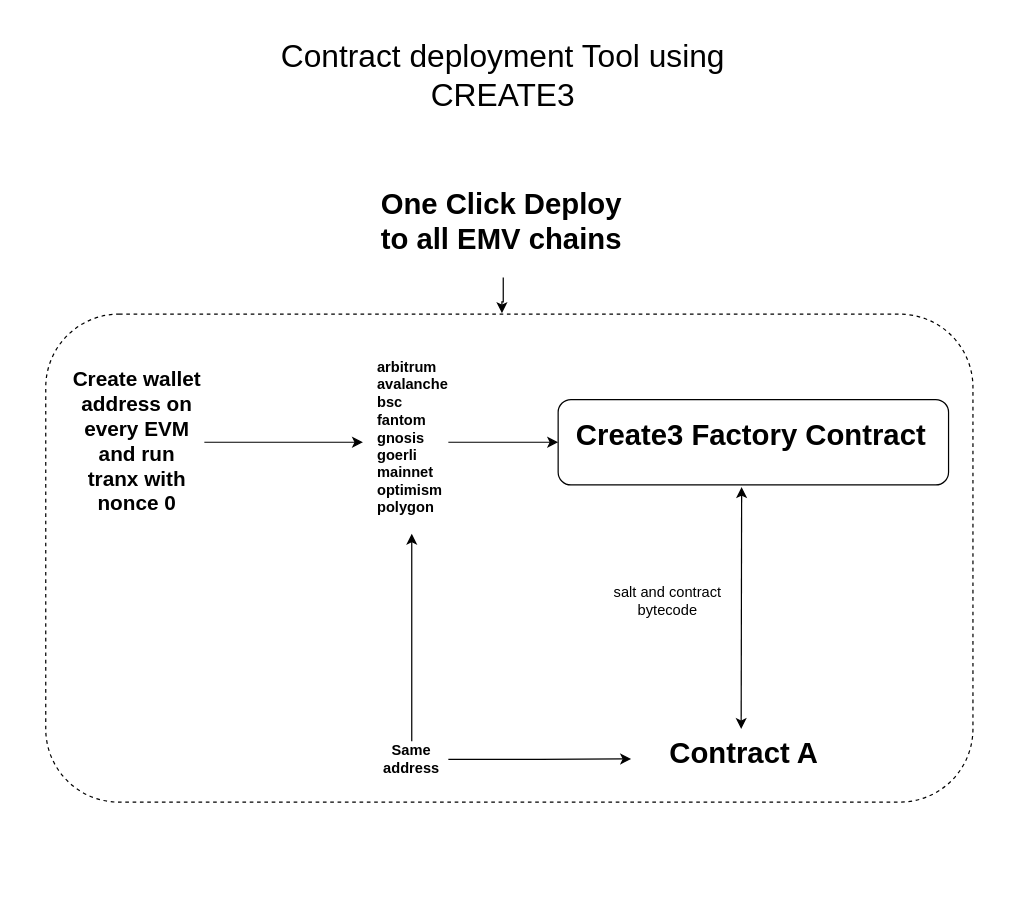
Earlier version of the draw.io diagram diagrams/architecture.drawio (foodnft/chicken_NFT). Source tidied: cells renumbered, new cells numbered last; positions are measured from the earlier drawing's top-left corner, leaving out a move shared by most shapes. Both pictures are drawn from the tidied source at 122%, with x=0, y=0 at pixel (45, 21).
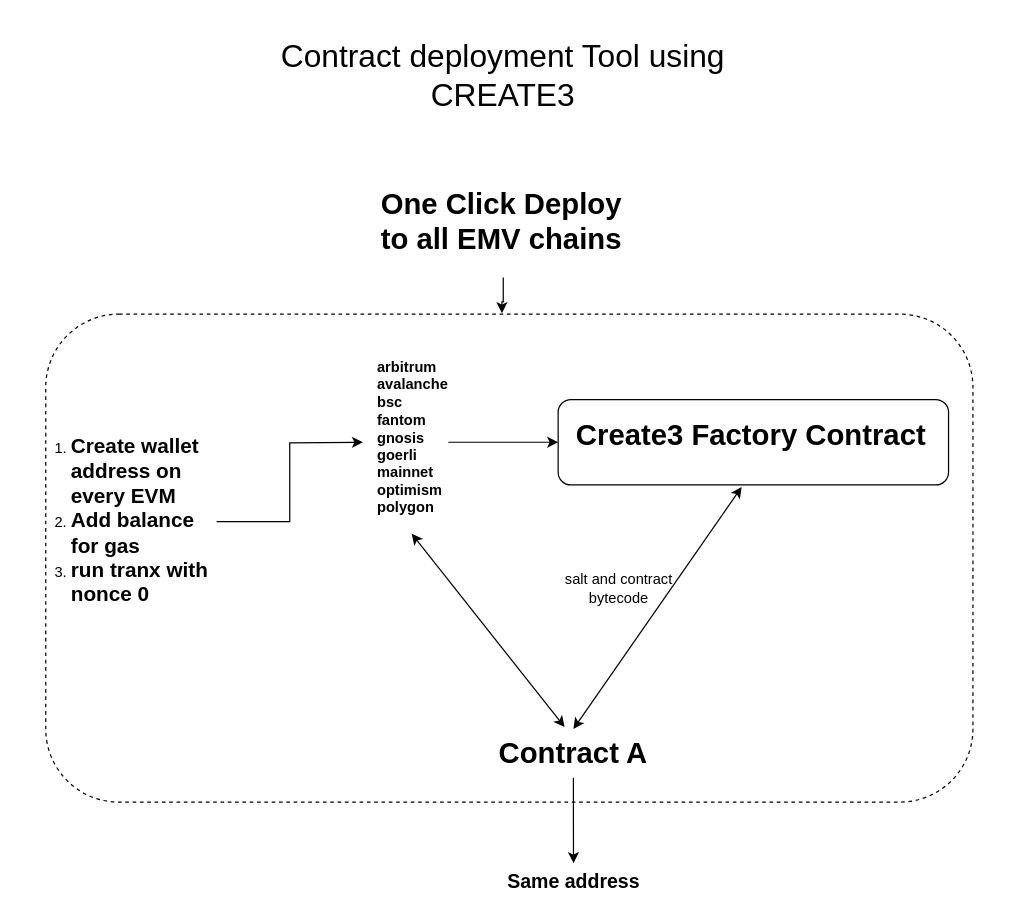
After the change.

The change refers to these unchanged cells:
```xml
<mxCell id="8" value="arbitrum&#10;avalanche&#10;bsc&#10;fantom&#10;gnosis&#10;goerli&#10;mainnet&#10;optimism&#10;polygon" style="text;whiteSpace=wrap;fontStyle=1;" parent="1" vertex="1">
  <mxGeometry x="270" y="270" width="60" height="150" as="geometry" />
</mxCell>
<mxCell id="11" style="rounded=1;whiteSpace=wrap;html=1;fillColor=none;" parent="9" vertex="1">
  <mxGeometry width="320" height="70" as="geometry" />
</mxCell>
```

Change to the diagram source:
```diff
@@
+    <mxCell id="19" style="edgeStyle=orthogonalEdgeStyle;rounded=0;jettySize=auto;html=1;" parent="1" edge="1" source="4" target="15">
+      <mxGeometry relative="1" as="geometry" />
+    </mxCell>
     <mxCell id="4" value="&lt;h1&gt;Contract A&lt;/h1&gt;" style="text;html=1;strokeColor=none;fillColor=none;spacing=5;spacingTop=-20;whiteSpace=wrap;overflow=hidden;rounded=0;align=center;" parent="1" vertex="1">
-      <mxGeometry x="480" y="580" width="185" height="70" as="geometry" />
+      <mxGeometry x="340" y="580" width="185" height="40" as="geometry" />
     </mxCell>
@@
-    <mxCell id="6" value="&lt;b&gt;&lt;font style=&quot;font-size: 17px;&quot;&gt;Create wallet address on every EVM and run tranx with nonce 0&lt;/font&gt;&lt;/b&gt;" style="text;html=1;strokeColor=none;fillColor=none;align=center;verticalAlign=middle;whiteSpace=wrap;rounded=0;" parent="1" vertex="1">
-      <mxGeometry x="20" y="330" width="110" height="30" as="geometry" />
+    <mxCell id="6" value="&lt;ol&gt;&lt;li style=&quot;text-align: left;&quot;&gt;&lt;b&gt;&lt;font style=&quot;font-size: 17px;&quot;&gt;Create wallet address on every EVM &lt;/font&gt;&lt;/b&gt;&lt;/li&gt;&lt;li style=&quot;text-align: left;&quot;&gt;&lt;b&gt;&lt;font style=&quot;font-size: 17px;&quot;&gt;Add balance for gas&lt;/font&gt;&lt;/b&gt;&lt;/li&gt;&lt;li style=&quot;text-align: left;&quot;&gt;&lt;b&gt;&lt;font style=&quot;font-size: 17px;&quot;&gt;&lt;b style=&quot;border-color: var(--border-color); font-size: 12px;&quot;&gt;&lt;font style=&quot;border-color: var(--border-color); font-size: 17px;&quot;&gt;run tranx with nonce 0&lt;/font&gt;&lt;/b&gt;&lt;/font&gt;&lt;/b&gt;&lt;/li&gt;&lt;/ol&gt;" style="text;html=1;strokeColor=none;fillColor=none;align=center;verticalAlign=middle;whiteSpace=wrap;rounded=0;" parent="1" vertex="1">
+      <mxGeometry x="-20" y="270" width="160" height="280" as="geometry" />
     </mxCell>
@@
     <mxCell id="12" value="salt and contract bytecode" style="text;html=1;strokeColor=none;fillColor=none;align=center;verticalAlign=middle;whiteSpace=wrap;rounded=0;" parent="1" vertex="1">
-      <mxGeometry x="450" y="460" width="120" height="30" as="geometry" />
+      <mxGeometry x="410" y="450" width="120" height="30" as="geometry" />
     </mxCell>
-    <mxCell id="13" style="edgeStyle=orthogonalEdgeStyle;rounded=0;jettySize=auto;html=1;entryX=0.5;entryY=1;entryDx=0;entryDy=0;" parent="1" edge="1" source="15" target="8">
-      <mxGeometry relative="1" as="geometry" />
-    </mxCell>
-    <mxCell id="14" style="edgeStyle=orthogonalEdgeStyle;rounded=0;jettySize=auto;html=1;entryX=-0.001;entryY=0.351;entryDx=0;entryDy=0;entryPerimeter=0;" parent="1" edge="1" source="15" target="4">
-      <mxGeometry relative="1" as="geometry" />
-    </mxCell>
-    <mxCell id="15" value="&lt;b&gt;Same address&lt;/b&gt;" style="text;html=1;strokeColor=none;fillColor=none;align=center;verticalAlign=middle;whiteSpace=wrap;rounded=0;" parent="1" vertex="1">
-      <mxGeometry x="270" y="590" width="60" height="30" as="geometry" />
+    <mxCell id="15" value="&lt;b&gt;&lt;font style=&quot;font-size: 16px;&quot;&gt;Same address&lt;/font&gt;&lt;/b&gt;" style="text;html=1;strokeColor=none;fillColor=none;align=center;verticalAlign=middle;whiteSpace=wrap;rounded=0;" parent="1" vertex="1">
+      <mxGeometry x="368.8" y="690" width="127.5" height="30" as="geometry" />
     </mxCell>
-    <mxCell id="16" style="endArrow=classic;startArrow=classic;html=1;rounded=0;entryX=0.47;entryY=1.025;entryDx=0;entryDy=0;entryPerimeter=0;" parent="1" edge="1" target="11">
-      <mxGeometry relative="1" as="geometry">
-        <mxPoint x="570" y="580" as="sourcePoint" />
-      </mxGeometry>
+    <mxCell id="16" style="endArrow=classic;startArrow=classic;html=1;rounded=0;entryX=0.47;entryY=1.025;entryDx=0;entryDy=0;entryPerimeter=0;exitX=0.5;exitY=0;exitDx=0;exitDy=0;" parent="1" edge="1" source="4" target="11">
+      <mxGeometry relative="1" as="geometry" />
     </mxCell>
@@
+    <mxCell id="20" style="endArrow=classic;startArrow=classic;html=1;rounded=0;entryX=0.5;entryY=1;entryDx=0;entryDy=0;exitX=0.461;exitY=-0.038;exitDx=0;exitDy=0;exitPerimeter=0;" parent="1" edge="1" source="4" target="8">
+      <mxGeometry relative="1" as="geometry" />
+    </mxCell>
```
